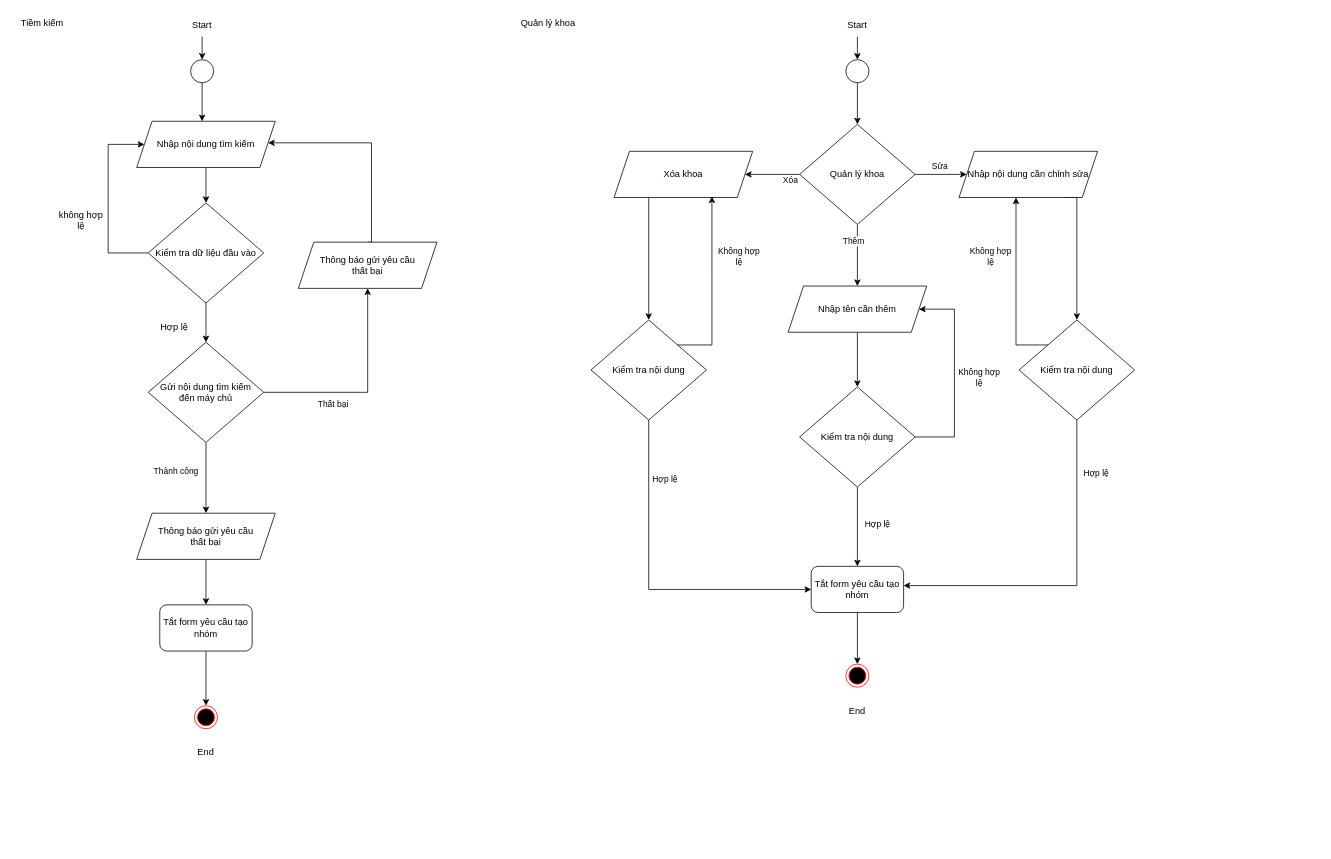
This is Niên luận/CTU_Social_user_1.drawio from Neal005/DrawnIO, a draw.io file, before an edit. Source tidied: cells renumbered, new cells numbered last; positions are measured from the earlier drawing's top-left corner, leaving out a move shared by most shapes. Both pictures are drawn from the tidied source at 77%, with x=0, y=0 at pixel (13, 13).
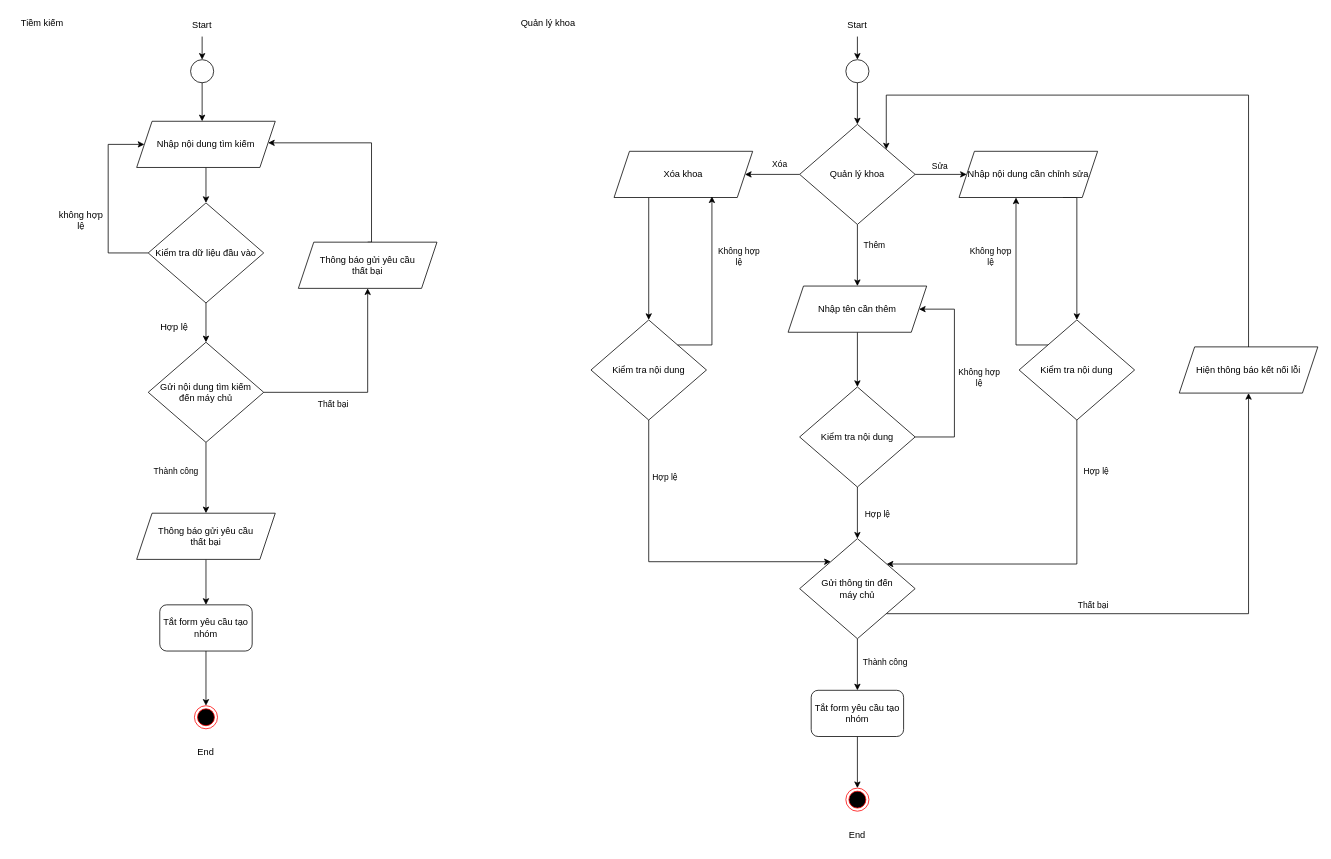
The same page after the edit.

Commit message:
quản lý khoa update

The change refers to these unchanged cells:
```xml
<mxCell id="31" style="edgeStyle=orthogonalEdgeStyle;rounded=0;jettySize=auto;html=1;" parent="1" edge="1" source="37" target="46">
  <mxGeometry relative="1" as="geometry" />
</mxCell>
<mxCell id="35" style="edgeStyle=orthogonalEdgeStyle;rounded=0;jettySize=auto;html=1;" parent="1" edge="1" source="37" target="48">
  <mxGeometry relative="1" as="geometry" />
</mxCell>
<mxCell id="37" value="Quản lý khoa" style="rhombus;whiteSpace=wrap;html=1;" parent="1" vertex="1">
  <mxGeometry x="1021" y="144" width="150" height="130" as="geometry" />
</mxCell>
<mxCell id="53" value="Kiểm tra nội dung" style="rhombus;whiteSpace=wrap;html=1;" parent="1" vertex="1">
  <mxGeometry x="1021" y="485" width="150" height="130" as="geometry" />
</mxCell>
<mxCell id="58" value="Kiểm tra nội dung" style="rhombus;whiteSpace=wrap;html=1;" parent="1" vertex="1">
  <mxGeometry x="1306" y="398" width="150" height="130" as="geometry" />
</mxCell>
<mxCell id="61" value="Kiểm tra nội dung" style="rhombus;whiteSpace=wrap;html=1;" parent="1" vertex="1">
  <mxGeometry x="750" y="398" width="150" height="130" as="geometry" />
</mxCell>
```

The edit, as a diff of the source:
```diff
@@
     <mxCell id="32" value="Thêm" style="edgeLabel;html=1;align=center;verticalAlign=middle;" parent="31" vertex="1">
       <mxGeometry x="-0.25" y="-2" relative="1" as="geometry">
-        <mxPoint x="-4" y="-9" as="offset" />
+        <mxPoint x="23" y="-4" as="offset" />
       </mxGeometry>
     </mxCell>
@@
     <mxCell id="36" value="Xóa" style="edgeLabel;html=1;align=center;verticalAlign=middle;" parent="35" vertex="1">
       <mxGeometry x="-0.21" y="5" relative="1" as="geometry">
-        <mxPoint x="15" y="2" as="offset" />
+        <mxPoint x="1" y="-19" as="offset" />
       </mxGeometry>
     </mxCell>
@@
     <mxCell id="39" value="Tắt form yêu cầu tạo nhóm" style="rounded=1;whiteSpace=wrap;html=1;" parent="1" vertex="1">
-      <mxGeometry x="1036" y="718" width="120" height="60" as="geometry" />
+      <mxGeometry x="1036" y="879" width="120" height="60" as="geometry" />
     </mxCell>
     <mxCell id="40" style="ellipse;html=1;shape=endState;fillColor=#000000;strokeColor=#ff0000;" parent="1" vertex="1">
-      <mxGeometry x="1081" y="845" width="30" height="30" as="geometry" />
+      <mxGeometry x="1081" y="1006" width="30" height="30" as="geometry" />
     </mxCell>
     <mxCell id="41" value="End" style="text;html=1;align=center;verticalAlign=middle;whiteSpace=wrap;rounded=0;" parent="1" vertex="1">
-      <mxGeometry x="1066" y="891" width="60" height="30" as="geometry" />
+      <mxGeometry x="1066" y="1052" width="60" height="30" as="geometry" />
     </mxCell>
@@
-    <mxCell id="51" style="edgeStyle=orthogonalEdgeStyle;rounded=0;jettySize=auto;html=1;" parent="1" edge="1" source="53" target="39">
+    <mxCell id="51" style="edgeStyle=orthogonalEdgeStyle;rounded=0;jettySize=auto;html=1;" parent="1" edge="1" source="53" target="68">
       <mxGeometry relative="1" as="geometry" />
     </mxCell>
@@
-    <mxCell id="56" style="edgeStyle=orthogonalEdgeStyle;rounded=0;jettySize=auto;html=1;exitX=0.5;exitY=1;exitDx=0;exitDy=0;" parent="1" edge="1" source="58" target="39">
-      <mxGeometry relative="1" as="geometry">
-        <Array as="points">
-          <mxPoint x="1381" y="743" />
-        </Array>
-      </mxGeometry>
+    <mxCell id="56" style="edgeStyle=orthogonalEdgeStyle;rounded=0;jettySize=auto;html=1;exitX=0.5;exitY=1;exitDx=0;exitDy=0;" parent="1" edge="1" source="68" target="39">
+      <mxGeometry relative="1" as="geometry" />
     </mxCell>
-    <mxCell id="57" value="Hợp lệ" style="edgeLabel;html=1;align=center;verticalAlign=middle;" parent="56" vertex="1">
-      <mxGeometry x="-0.52" y="6" relative="1" as="geometry">
-        <mxPoint x="18" y="-38" as="offset" />
-      </mxGeometry>
-    </mxCell>
+    <mxCell id="64" value="Thành công" style="edgeLabel;html=1;align=center;verticalAlign=middle;" parent="56" vertex="1">
+      <mxGeometry x="-0.41" y="2" relative="1" as="geometry">
+        <mxPoint x="33" y="9" as="offset" />
+      </mxGeometry>
+    </mxCell>
@@
-    <mxCell id="59" style="edgeStyle=orthogonalEdgeStyle;rounded=0;jettySize=auto;html=1;exitX=0.5;exitY=1;exitDx=0;exitDy=0;" parent="1" edge="1" source="61" target="39">
+    <mxCell id="59" style="edgeStyle=orthogonalEdgeStyle;rounded=0;jettySize=auto;html=1;exitX=0.5;exitY=1;exitDx=0;exitDy=0;" parent="1" edge="1" source="61" target="68">
       <mxGeometry relative="1" as="geometry">
         <Array as="points">
-          <mxPoint x="825" y="748" />
+          <mxPoint x="825" y="712" />
         </Array>
       </mxGeometry>
     </mxCell>
@@
+    <mxCell id="65" style="edgeStyle=orthogonalEdgeStyle;rounded=0;jettySize=auto;html=1;exitX=0.5;exitY=1;exitDx=0;exitDy=0;" parent="1" edge="1" source="58" target="68">
+      <mxGeometry relative="1" as="geometry">
+        <Array as="points">
+          <mxPoint x="1381" y="715" />
+        </Array>
+      </mxGeometry>
+    </mxCell>
+    <mxCell id="57" value="Hợp lệ" style="edgeLabel;html=1;align=center;verticalAlign=middle;" parent="65" vertex="1">
+      <mxGeometry x="-0.52" y="6" relative="1" as="geometry">
+        <mxPoint x="18" y="-38" as="offset" />
+      </mxGeometry>
+    </mxCell>
+    <mxCell id="66" style="edgeStyle=orthogonalEdgeStyle;rounded=0;jettySize=auto;html=1;exitX=1;exitY=1;exitDx=0;exitDy=0;" parent="1" edge="1" source="68" target="70">
+      <mxGeometry relative="1" as="geometry" />
+    </mxCell>
+    <mxCell id="67" value="Thất bại" style="edgeLabel;html=1;align=center;verticalAlign=middle;" parent="66" vertex="1">
+      <mxGeometry x="-0.29" relative="1" as="geometry">
+        <mxPoint x="-1" y="-11" as="offset" />
+      </mxGeometry>
+    </mxCell>
+    <mxCell id="68" value="Gửi thông tin đến&lt;div&gt;máy chủ&lt;/div&gt;" style="rhombus;whiteSpace=wrap;html=1;" parent="1" vertex="1">
+      <mxGeometry x="1021" y="682" width="150" height="130" as="geometry" />
+    </mxCell>
+    <mxCell id="69" style="edgeStyle=orthogonalEdgeStyle;rounded=0;jettySize=auto;html=1;exitX=0.5;exitY=0;exitDx=0;exitDy=0;entryX=1;entryY=0;entryDx=0;entryDy=0;" parent="1" edge="1" source="70" target="37">
+      <mxGeometry relative="1" as="geometry">
+        <Array as="points">
+          <mxPoint x="1604" y="106" />
+          <mxPoint x="1133" y="106" />
+        </Array>
+      </mxGeometry>
+    </mxCell>
+    <mxCell id="70" value="Hiện thông báo kết nối lỗi" style="shape=parallelogram;perimeter=parallelogramPerimeter;whiteSpace=wrap;html=1;fixedSize=1;" parent="1" vertex="1">
+      <mxGeometry x="1514" y="433" width="180" height="60" as="geometry" />
+    </mxCell>
```
